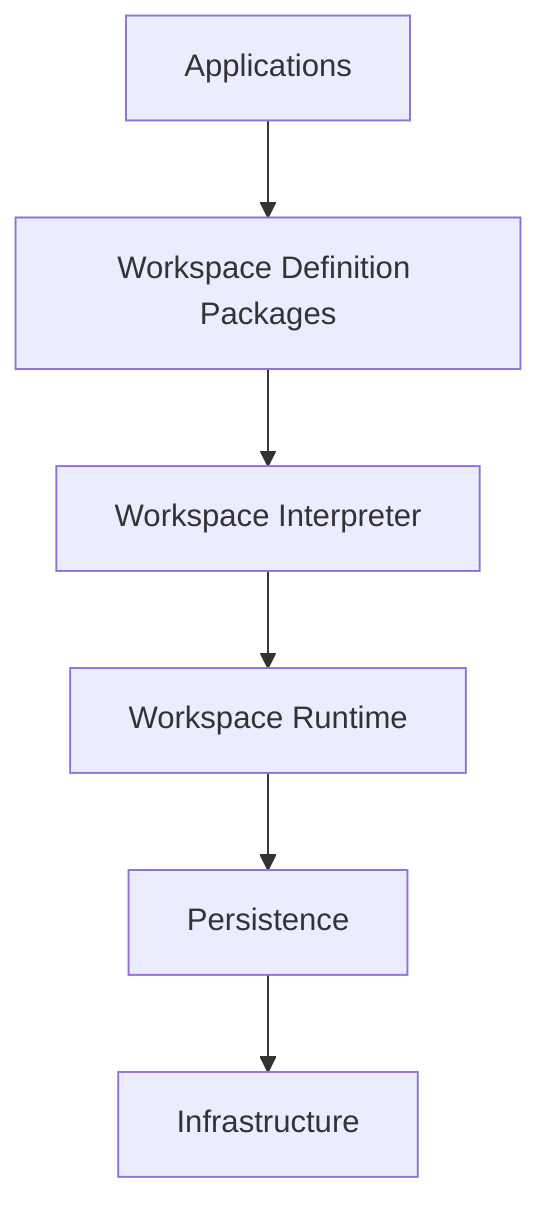
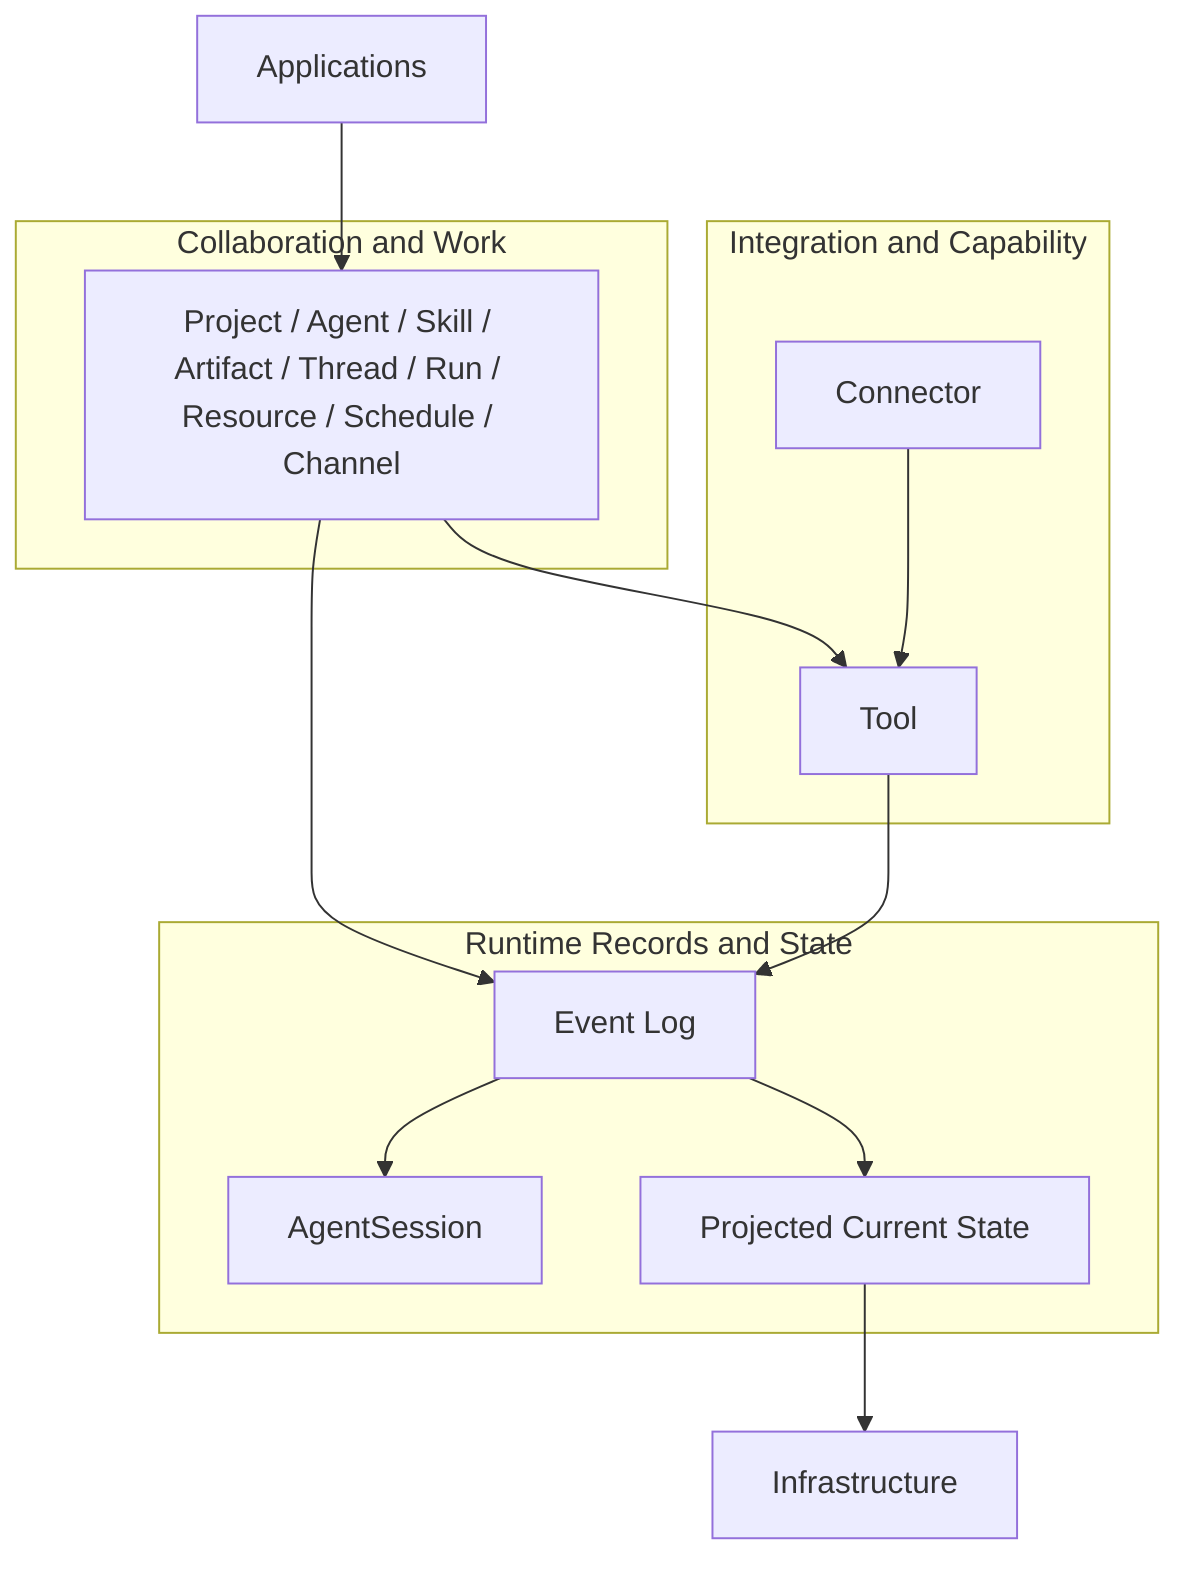
flowchart TD
    A[Applications]
-     D[Workspace Definition Packages]
-     I[Workspace Interpreter]
-     R[Workspace Runtime]
-     P[Persistence]
+     subgraph WORK[Collaboration and Work]
+       D[Project / Agent / Skill / Artifact / Thread / Run / Resource / Schedule / Channel]
+     end
+     subgraph INTEG[Integration and Capability]
+       C[Connector]
+       T[Tool]
+     end
+     subgraph RUNTIME[Runtime Records and State]
+       E[Event Log]
+       S[AgentSession]
+       PSTATE[Projected Current State]
+     end
    INF[Infrastructure]

    A --> D
-     D --> I
-     I --> R
-     R --> P
-     P --> INF
+     D --> T
+     D --> E
+     C --> T
+     T --> E
+     E --> PSTATE
+     E --> S
+     PSTATE --> INF
